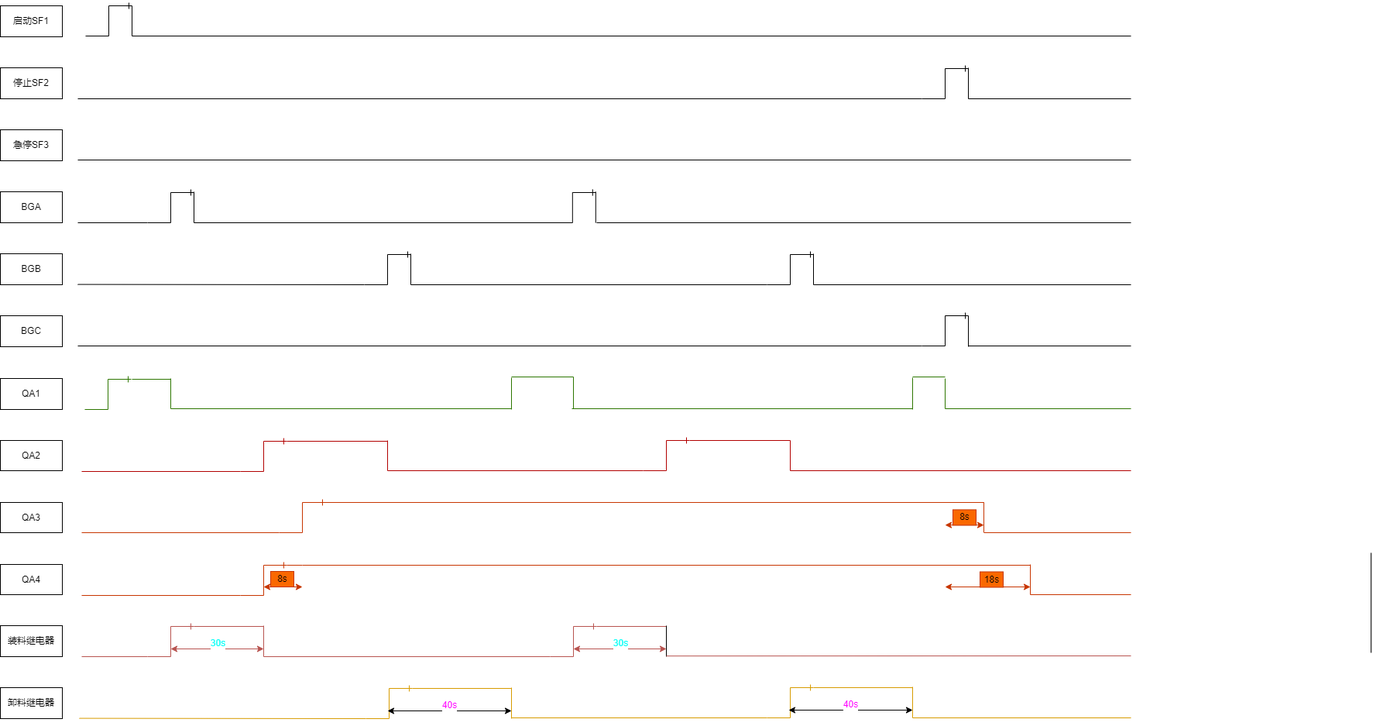
This is timedia.drawio.png from mj-allk/mjalk, a draw.io export, as it was before one commit. Source tidied: cells renumbered, new cells last; positions are measured from the earlier drawing's top-left corner, leaving out a move shared by most shapes.
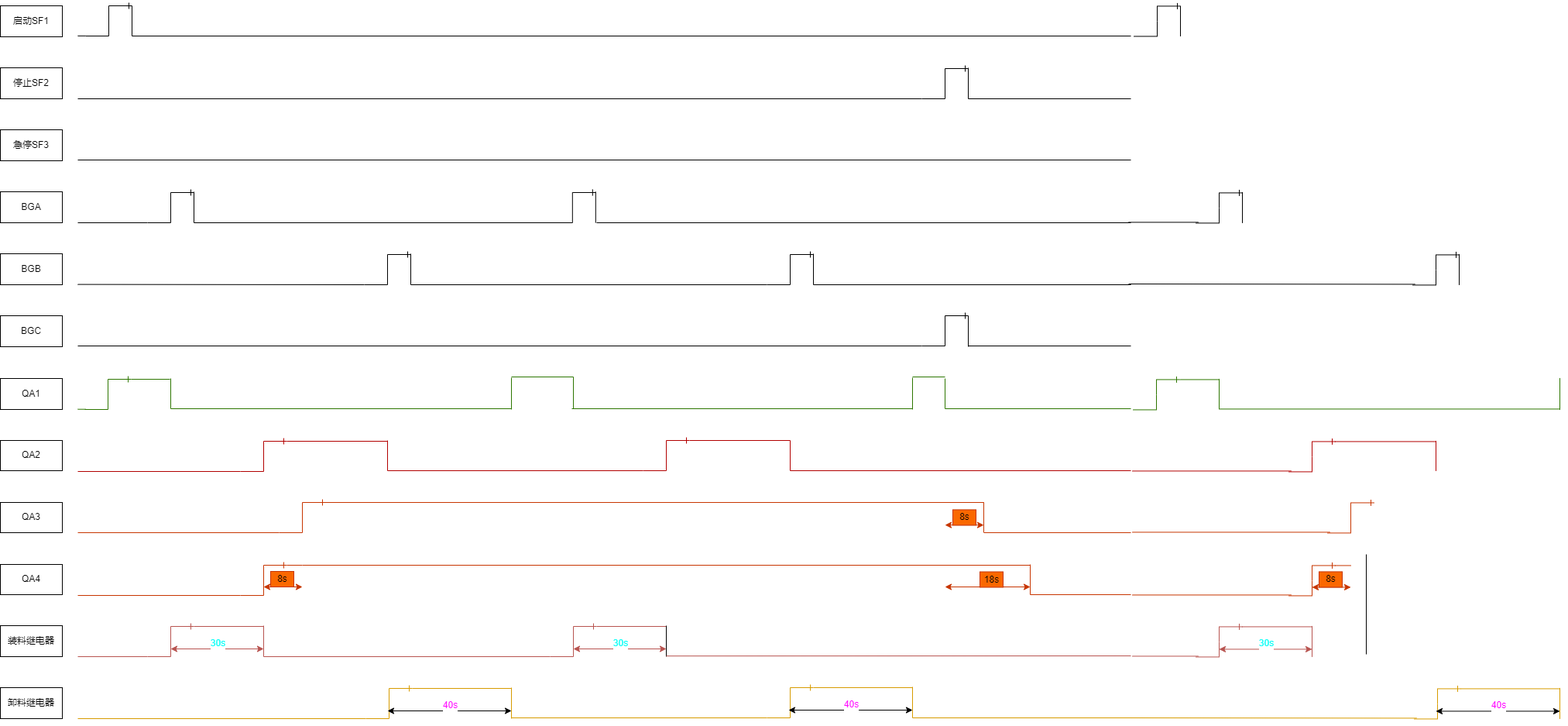
Later version of the same file.

Change to the diagram source:
```diff
@@ -55,8 +55,8 @@
     </mxCell>
     <mxCell id="16" style="endArrow=none;html=1;rounded=0;fillColor=#60a917;strokeColor=#2D7600;" parent="1" edge="1">
       <mxGeometry relative="1" as="geometry">
-        <mxPoint x="170" y="482" as="sourcePoint" />
-        <mxPoint x="220" y="482" as="targetPoint" />
+        <mxPoint x="169" y="482" as="sourcePoint" />
+        <mxPoint x="219" y="482" as="targetPoint" />
       </mxGeometry>
     </mxCell>
     <mxCell id="17" style="endArrow=none;html=1;rounded=0;" parent="1" edge="1">
@@ -96,7 +96,7 @@
       <mxGeometry y="880" width="80" height="40" as="geometry" />
     </mxCell>
     <mxCell id="25" style="line;strokeWidth=1;dashed=0;labelPosition=right;align=left;verticalAlign=middle;spacingTop=0;spacingLeft=6;fillColor=#f8cecc;gradientColor=#ea6b66;strokeColor=#b85450;" parent="1" vertex="1">
-      <mxGeometry x="105" y="835" width="85" height="10" as="geometry" />
+      <mxGeometry x="100" y="835" width="90" height="10" as="geometry" />
     </mxCell>
     <mxCell id="26" style="edgeStyle=entityRelationEdgeStyle;fontSize=12;html=1;endArrow=ERone;endFill=1;rounded=0;fontColor=#14FFF7;fillColor=#f8cecc;gradientColor=#ea6b66;strokeColor=#b85450;" parent="1" edge="1">
       <mxGeometry relative="1" as="geometry">
@@ -123,8 +123,8 @@
     </mxCell>
     <mxCell id="30" style="endArrow=none;html=1;rounded=0;" parent="1" edge="1">
       <mxGeometry relative="1" as="geometry">
-        <mxPoint x="1770" y="835" as="sourcePoint" />
-        <mxPoint x="1770" y="706" as="targetPoint" />
+        <mxPoint x="1764" y="837" as="sourcePoint" />
+        <mxPoint x="1764" y="708" as="targetPoint" />
       </mxGeometry>
     </mxCell>
     <mxCell id="31" style="endArrow=none;html=1;rounded=0;fontColor=#14FFF7;fillColor=#f8cecc;gradientColor=#ea6b66;strokeColor=#b85450;" parent="1" edge="1">
@@ -135,7 +135,7 @@
     </mxCell>
     <mxCell id="32" style="endArrow=none;html=1;rounded=0;fillColor=#e51400;strokeColor=#B20000;" parent="1" edge="1">
       <mxGeometry relative="1" as="geometry">
-        <mxPoint x="105" y="601" as="sourcePoint" />
+        <mxPoint x="100" y="601" as="sourcePoint" />
         <mxPoint x="310" y="601" as="targetPoint" />
       </mxGeometry>
     </mxCell>
@@ -153,7 +153,7 @@
     </mxCell>
     <mxCell id="35" style="endArrow=none;html=1;rounded=0;fillColor=#fa6800;strokeColor=#C73500;" parent="1" edge="1">
       <mxGeometry relative="1" as="geometry">
-        <mxPoint x="105" y="761" as="sourcePoint" />
+        <mxPoint x="100" y="761" as="sourcePoint" />
         <mxPoint x="310" y="761" as="targetPoint" />
       </mxGeometry>
     </mxCell>
@@ -165,7 +165,7 @@
     </mxCell>
     <mxCell id="37" style="endArrow=none;html=1;rounded=0;fillColor=#fa6800;strokeColor=#C73500;" parent="1" edge="1">
       <mxGeometry relative="1" as="geometry">
-        <mxPoint x="105" y="680" as="sourcePoint" />
+        <mxPoint x="100" y="680" as="sourcePoint" />
         <mxPoint x="360" y="680" as="targetPoint" />
       </mxGeometry>
     </mxCell>
@@ -246,7 +246,7 @@
     </mxCell>
     <mxCell id="53" style="endArrow=none;html=1;rounded=0;fillColor=#ffcd28;strokeColor=#d79b00;gradientColor=#ffa500;" parent="1" edge="1">
       <mxGeometry relative="1" as="geometry">
-        <mxPoint x="102" y="919.6" as="sourcePoint" />
+        <mxPoint x="100" y="920" as="sourcePoint" />
         <mxPoint x="472" y="920" as="targetPoint" />
       </mxGeometry>
     </mxCell>
@@ -502,5 +502,213 @@
     <mxCell id="104" style="line;strokeWidth=1;dashed=0;labelPosition=right;align=left;verticalAlign=middle;spacingTop=0;spacingLeft=6;" parent="1" vertex="1">
       <mxGeometry x="1250" y="434" width="210" height="10" as="geometry" />
     </mxCell>
+    <mxCell id="105" style="edgeStyle=entityRelationEdgeStyle;fontSize=12;html=1;endArrow=ERone;endFill=1;rounded=0;" parent="1" edge="1">
+      <mxGeometry relative="1" as="geometry">
+        <mxPoint x="1464" y="39.4" as="sourcePoint" />
+        <mxPoint x="1524" y="0.4" as="targetPoint" />
+      </mxGeometry>
+    </mxCell>
+    <mxCell id="106" style="endArrow=none;html=1;rounded=0;" parent="1" edge="1">
+      <mxGeometry relative="1" as="geometry">
+        <mxPoint x="1524" y="39.4" as="sourcePoint" />
+        <mxPoint x="1524" y="0.4" as="targetPoint" />
+      </mxGeometry>
+    </mxCell>
+    <mxCell id="107" style="edgeStyle=entityRelationEdgeStyle;fontSize=12;html=1;endArrow=ERone;endFill=1;rounded=0;fillColor=#60a917;strokeColor=#2D7600;" parent="1" edge="1">
+      <mxGeometry relative="1" as="geometry">
+        <mxPoint x="1463" y="521.4" as="sourcePoint" />
+        <mxPoint x="1523" y="482.4" as="targetPoint" />
+      </mxGeometry>
+    </mxCell>
+    <mxCell id="108" style="endArrow=none;html=1;rounded=0;fillColor=#60a917;strokeColor=#2D7600;" parent="1" edge="1">
+      <mxGeometry relative="1" as="geometry">
+        <mxPoint x="1524" y="482.4" as="sourcePoint" />
+        <mxPoint x="1574" y="482.4" as="targetPoint" />
+      </mxGeometry>
+    </mxCell>
+    <mxCell id="109" style="endArrow=none;html=1;rounded=0;" parent="1" edge="1">
+      <mxGeometry relative="1" as="geometry">
+        <mxPoint x="1457" y="279.4" as="sourcePoint" />
+        <mxPoint x="1547" y="279.4" as="targetPoint" />
+      </mxGeometry>
+    </mxCell>
+    <mxCell id="110" style="edgeStyle=entityRelationEdgeStyle;fontSize=12;html=1;endArrow=ERone;endFill=1;rounded=0;" parent="1" edge="1">
+      <mxGeometry relative="1" as="geometry">
+        <mxPoint x="1544" y="280.4" as="sourcePoint" />
+        <mxPoint x="1604" y="241.4" as="targetPoint" />
+      </mxGeometry>
+    </mxCell>
+    <mxCell id="111" style="line;strokeWidth=1;dashed=0;labelPosition=right;align=left;verticalAlign=middle;spacingTop=0;spacingLeft=6;fillColor=#60a917;strokeColor=#2D7600;fontColor=#ffffff;" parent="1" vertex="1">
+      <mxGeometry x="1574" y="515.4" width="440" height="10" as="geometry" />
+    </mxCell>
+    <mxCell id="112" style="endArrow=none;html=1;rounded=0;fillColor=#60a917;strokeColor=#2D7600;" parent="1" edge="1">
+      <mxGeometry relative="1" as="geometry">
+        <mxPoint x="1574" y="520.4" as="sourcePoint" />
+        <mxPoint x="1574" y="481.4" as="targetPoint" />
+      </mxGeometry>
+    </mxCell>
+    <mxCell id="113" style="endArrow=none;html=1;rounded=0;" parent="1" edge="1">
+      <mxGeometry relative="1" as="geometry">
+        <mxPoint x="1604" y="280.4" as="sourcePoint" />
+        <mxPoint x="1604" y="240.4" as="targetPoint" />
+      </mxGeometry>
+    </mxCell>
+    <mxCell id="114" style="line;strokeWidth=1;dashed=0;labelPosition=right;align=left;verticalAlign=middle;spacingTop=0;spacingLeft=6;fillColor=#f8cecc;gradientColor=#ea6b66;strokeColor=#b85450;" parent="1" vertex="1">
+      <mxGeometry x="1462" y="834.4" width="85" height="10" as="geometry" />
+    </mxCell>
+    <mxCell id="115" style="edgeStyle=entityRelationEdgeStyle;fontSize=12;html=1;endArrow=ERone;endFill=1;rounded=0;fontColor=#14FFF7;fillColor=#f8cecc;gradientColor=#ea6b66;strokeColor=#b85450;" parent="1" edge="1">
+      <mxGeometry relative="1" as="geometry">
+        <mxPoint x="1544" y="840.4" as="sourcePoint" />
+        <mxPoint x="1604" y="801.4" as="targetPoint" />
+      </mxGeometry>
+    </mxCell>
+    <mxCell id="116" style="endArrow=none;html=1;rounded=0;fontColor=#14FFF7;fillColor=#f8cecc;gradientColor=#ea6b66;strokeColor=#b85450;" parent="1" edge="1">
+      <mxGeometry relative="1" as="geometry">
+        <mxPoint x="1604" y="801.4" as="sourcePoint" />
+        <mxPoint x="1694" y="801.4" as="targetPoint" />
+      </mxGeometry>
+    </mxCell>
+    <mxCell id="117" style="endArrow=classic;startArrow=classic;html=1;rounded=0;fontSize=18;fontColor=#14FFF7;fillColor=#f8cecc;gradientColor=#ea6b66;strokeColor=#b85450;" parent="1" edge="1">
+      <mxGeometry relative="1" as="geometry">
+        <mxPoint x="1574" y="830.4" as="sourcePoint" />
+        <mxPoint x="1694" y="830.4" as="targetPoint" />
+      </mxGeometry>
+    </mxCell>
+    <mxCell id="118" value="&lt;font style=&quot;font-size: 12px&quot;&gt;30s&lt;/font&gt;" style="edgeLabel;html=1;align=center;verticalAlign=middle;fontSize=18;fontColor=#14FFF7;" parent="117" vertex="1">
+      <mxGeometry x="0.31" y="-3" relative="1" as="geometry">
+        <mxPoint x="-18" y="-13" as="offset" />
+      </mxGeometry>
+    </mxCell>
+    <mxCell id="119" style="endArrow=none;html=1;rounded=0;fontColor=#14FFF7;fillColor=#f8cecc;gradientColor=#ea6b66;strokeColor=#b85450;" parent="1" edge="1">
+      <mxGeometry relative="1" as="geometry">
+        <mxPoint x="1694" y="840.4" as="sourcePoint" />
+        <mxPoint x="1694" y="800.4" as="targetPoint" />
+      </mxGeometry>
+    </mxCell>
+    <mxCell id="120" style="endArrow=none;html=1;rounded=0;fillColor=#e51400;strokeColor=#B20000;" parent="1" edge="1">
+      <mxGeometry relative="1" as="geometry">
+        <mxPoint x="1462" y="600.4" as="sourcePoint" />
+        <mxPoint x="1667" y="600.4" as="targetPoint" />
+      </mxGeometry>
+    </mxCell>
+    <mxCell id="121" style="edgeStyle=entityRelationEdgeStyle;fontSize=12;html=1;endArrow=ERone;endFill=1;rounded=0;fillColor=#e51400;strokeColor=#B20000;" parent="1" edge="1">
+      <mxGeometry relative="1" as="geometry">
+        <mxPoint x="1664" y="601.4" as="sourcePoint" />
+        <mxPoint x="1724" y="562.4" as="targetPoint" />
+      </mxGeometry>
+    </mxCell>
+    <mxCell id="122" style="endArrow=none;html=1;rounded=0;fillColor=#fa6800;strokeColor=#C73500;" parent="1" edge="1">
+      <mxGeometry relative="1" as="geometry">
+        <mxPoint x="1462" y="760.4" as="sourcePoint" />
+        <mxPoint x="1667" y="760.4" as="targetPoint" />
+      </mxGeometry>
+    </mxCell>
+    <mxCell id="123" style="edgeStyle=entityRelationEdgeStyle;fontSize=12;html=1;endArrow=ERone;endFill=1;rounded=0;fillColor=#fa6800;strokeColor=#C73500;" parent="1" edge="1">
+      <mxGeometry relative="1" as="geometry">
+        <mxPoint x="1664" y="761.4" as="sourcePoint" />
+        <mxPoint x="1724" y="722.4" as="targetPoint" />
+      </mxGeometry>
+    </mxCell>
+    <mxCell id="124" style="endArrow=none;html=1;rounded=0;fillColor=#fa6800;strokeColor=#C73500;" parent="1" edge="1">
+      <mxGeometry relative="1" as="geometry">
+        <mxPoint x="1462" y="679.4" as="sourcePoint" />
+        <mxPoint x="1717" y="679.4" as="targetPoint" />
+      </mxGeometry>
+    </mxCell>
+    <mxCell id="125" style="edgeStyle=entityRelationEdgeStyle;fontSize=12;html=1;endArrow=ERone;endFill=1;rounded=0;fillColor=#fa6800;strokeColor=#C73500;" parent="1" edge="1">
+      <mxGeometry relative="1" as="geometry">
+        <mxPoint x="1714" y="680.4" as="sourcePoint" />
+        <mxPoint x="1774" y="641.4" as="targetPoint" />
+      </mxGeometry>
+    </mxCell>
+    <mxCell id="126" style="line;strokeWidth=1;dashed=0;labelPosition=right;align=left;verticalAlign=middle;spacingTop=0;spacingLeft=6;fontSize=12;fillColor=#fa6800;fontColor=#000000;strokeColor=#C73500;" parent="1" vertex="1">
+      <mxGeometry x="1724" y="717.4" width="20" height="10" as="geometry" />
+    </mxCell>
+    <mxCell id="127" style="endArrow=classic;startArrow=classic;html=1;rounded=0;fontSize=18;fillColor=#fa6800;strokeColor=#C73500;" parent="1" edge="1">
+      <mxGeometry relative="1" as="geometry">
+        <mxPoint x="1694" y="750.4" as="sourcePoint" />
+        <mxPoint x="1744" y="750.4" as="targetPoint" />
+      </mxGeometry>
+    </mxCell>
+    <mxCell id="128" value="8s" style="text;html=1;align=center;verticalAlign=middle;strokeColor=#C73500;fillColor=#fa6800;fontSize=12;fontColor=#000000;" parent="1" vertex="1">
+      <mxGeometry x="1703" y="730.4" width="30" height="20" as="geometry" />
+    </mxCell>
+    <mxCell id="129" style="endArrow=none;html=1;rounded=0;fontSize=12;fillColor=#e51400;strokeColor=#B20000;" parent="1" edge="1">
+      <mxGeometry relative="1" as="geometry">
+        <mxPoint x="1724" y="562.4" as="sourcePoint" />
+        <mxPoint x="1854" y="562.4" as="targetPoint" />
+      </mxGeometry>
+    </mxCell>
+    <mxCell id="130" style="edgeStyle=entityRelationEdgeStyle;fontSize=12;html=1;endArrow=ERone;endFill=1;rounded=0;" parent="1" edge="1">
+      <mxGeometry relative="1" as="geometry">
+        <mxPoint x="1824" y="360.4" as="sourcePoint" />
+        <mxPoint x="1884" y="321.4" as="targetPoint" />
+      </mxGeometry>
+    </mxCell>
+    <mxCell id="131" style="endArrow=none;html=1;rounded=0;" parent="1" edge="1">
+      <mxGeometry relative="1" as="geometry">
+        <mxPoint x="1884" y="360.4" as="sourcePoint" />
+        <mxPoint x="1884" y="320.4" as="targetPoint" />
+      </mxGeometry>
+    </mxCell>
+    <mxCell id="132" style="endArrow=none;html=1;rounded=0;" parent="1" edge="1">
+      <mxGeometry relative="1" as="geometry">
+        <mxPoint x="1457" y="359" as="sourcePoint" />
+        <mxPoint x="1827" y="359.4" as="targetPoint" />
+      </mxGeometry>
+    </mxCell>
+    <mxCell id="133" style="endArrow=none;html=1;rounded=0;fillColor=#e51400;strokeColor=#B20000;" parent="1" edge="1">
+      <mxGeometry relative="1" as="geometry">
+        <mxPoint x="1854" y="600.4" as="sourcePoint" />
+        <mxPoint x="1854" y="561.4" as="targetPoint" />
+      </mxGeometry>
+    </mxCell>
+    <mxCell id="134" style="edgeStyle=entityRelationEdgeStyle;fontSize=12;html=1;endArrow=ERone;endFill=1;rounded=0;fillColor=#ffcd28;strokeColor=#d79b00;gradientColor=#ffa500;" parent="1" edge="1">
+      <mxGeometry relative="1" as="geometry">
+        <mxPoint x="1826" y="920.4" as="sourcePoint" />
+        <mxPoint x="1886" y="881.4" as="targetPoint" />
+      </mxGeometry>
+    </mxCell>
+    <mxCell id="135" style="line;strokeWidth=1;dashed=0;labelPosition=right;align=left;verticalAlign=middle;spacingTop=0;spacingLeft=6;fillColor=#ffcd28;gradientColor=#ffa500;strokeColor=#d79b00;" parent="1" vertex="1">
+      <mxGeometry x="1886" y="876.4" width="128" height="10" as="geometry" />
+    </mxCell>
+    <mxCell id="136" style="endArrow=none;html=1;rounded=0;fillColor=#ffcd28;strokeColor=#d79b00;gradientColor=#ffa500;" parent="1" edge="1">
+      <mxGeometry relative="1" as="geometry">
+        <mxPoint x="1459" y="919" as="sourcePoint" />
+        <mxPoint x="1829" y="919.4" as="targetPoint" />
+      </mxGeometry>
+    </mxCell>
+    <mxCell id="137" style="endArrow=classic;startArrow=classic;html=1;rounded=0;fontSize=18;" parent="1" edge="1">
+      <mxGeometry relative="1" as="geometry">
+        <mxPoint x="1854" y="910.4" as="sourcePoint" />
+        <mxPoint x="2014" y="910.4" as="targetPoint" />
+      </mxGeometry>
+    </mxCell>
+    <mxCell id="138" value="&lt;span style=&quot;font-size: 12px&quot;&gt;40s&lt;br&gt;&lt;/span&gt;" style="edgeLabel;html=1;align=center;verticalAlign=middle;fontSize=18;fontColor=#FF00FF;" parent="137" vertex="1">
+      <mxGeometry x="0.31" y="-3" relative="1" as="geometry">
+        <mxPoint x="-25" y="-13" as="offset" />
+      </mxGeometry>
+    </mxCell>
+    <mxCell id="139" style="endArrow=none;html=1;rounded=0;fillColor=#ffcd28;gradientColor=#ffa500;strokeColor=#d79b00;" parent="1" edge="1">
+      <mxGeometry relative="1" as="geometry">
+        <mxPoint x="2014" y="920.4" as="sourcePoint" />
+        <mxPoint x="2014" y="880.4" as="targetPoint" />
+      </mxGeometry>
+    </mxCell>
+    <mxCell id="140" style="endArrow=none;html=1;rounded=0;fillColor=#60a917;strokeColor=#2D7600;" parent="1" edge="1">
+      <mxGeometry relative="1" as="geometry">
+        <mxPoint x="2014" y="521.4" as="sourcePoint" />
+        <mxPoint x="2014" y="480.4" as="targetPoint" />
+      </mxGeometry>
+    </mxCell>
+    <mxCell id="141" style="endArrow=none;html=1;rounded=0;labelBackgroundColor=#14FFF7;fontSize=12;fontColor=#FF00FF;strokeColor=#000000;" parent="1" edge="1">
+      <mxGeometry relative="1" as="geometry">
+        <mxPoint x="100" y="38.9" as="sourcePoint" />
+        <mxPoint x="110" y="38.9" as="targetPoint" />
+      </mxGeometry>
+    </mxCell>
+    <mxCell id="142" style="line;strokeWidth=1;dashed=0;labelPosition=right;align=left;verticalAlign=middle;spacingTop=0;spacingLeft=6;labelBackgroundColor=#14FFF7;fontSize=12;fontColor=#FF00FF;fillColor=#2D7600;strokeColor=#2D7600;" parent="1" vertex="1">
+      <mxGeometry x="100" y="513.4" width="10" height="14.6" as="geometry" />
+    </mxCell>
   </root>
 </mxGraphModel>
```
